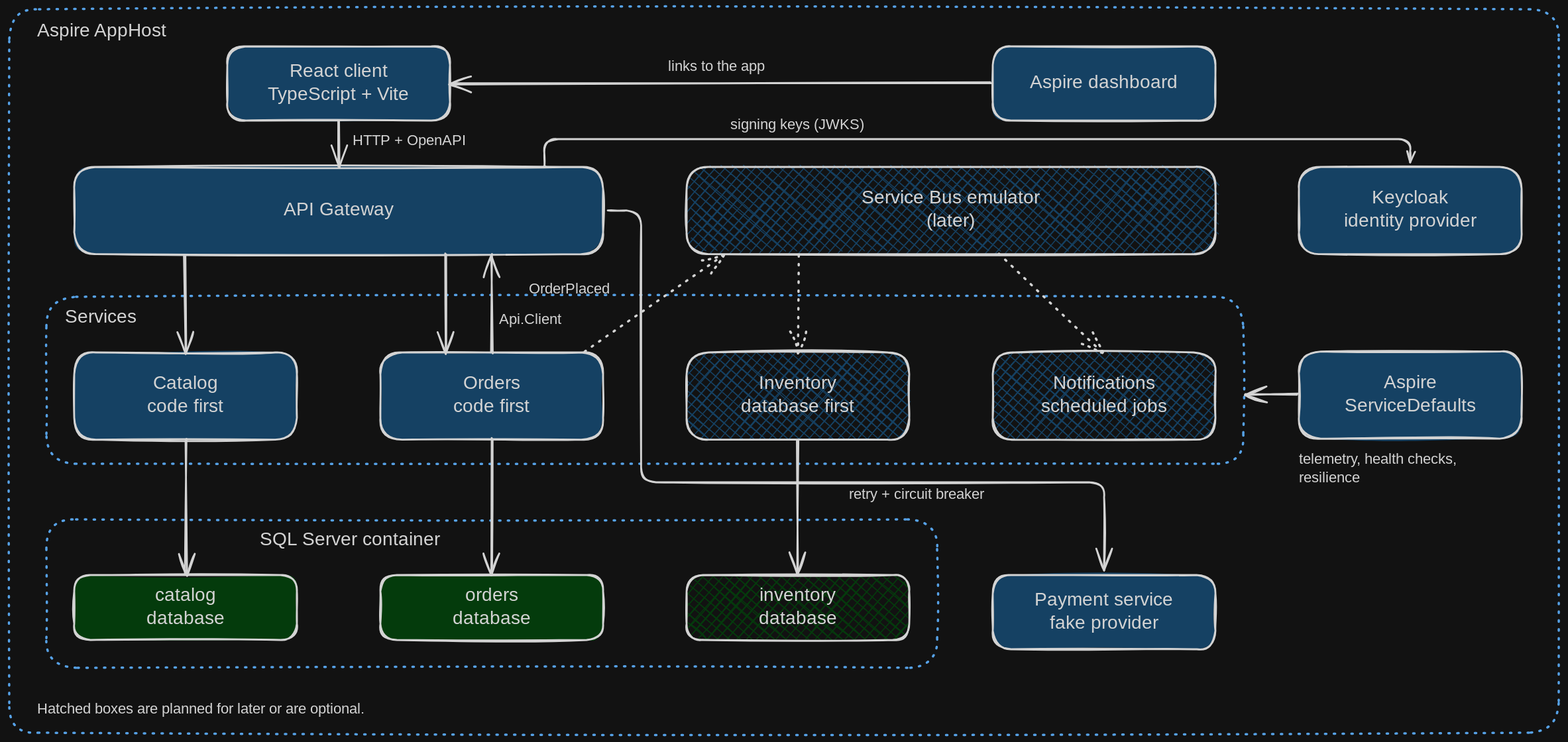
gmarginet/CleanArchitectureToolkit keeps this Excalidraw diagram as resources/schemas/CatDemoArchitecture.excalidraw.svg. Above is the earlier version. Source tidied: one line per element, renumbered; positions are measured from the earlier drawing's top-left corner, leaving out a move shared by most shapes.
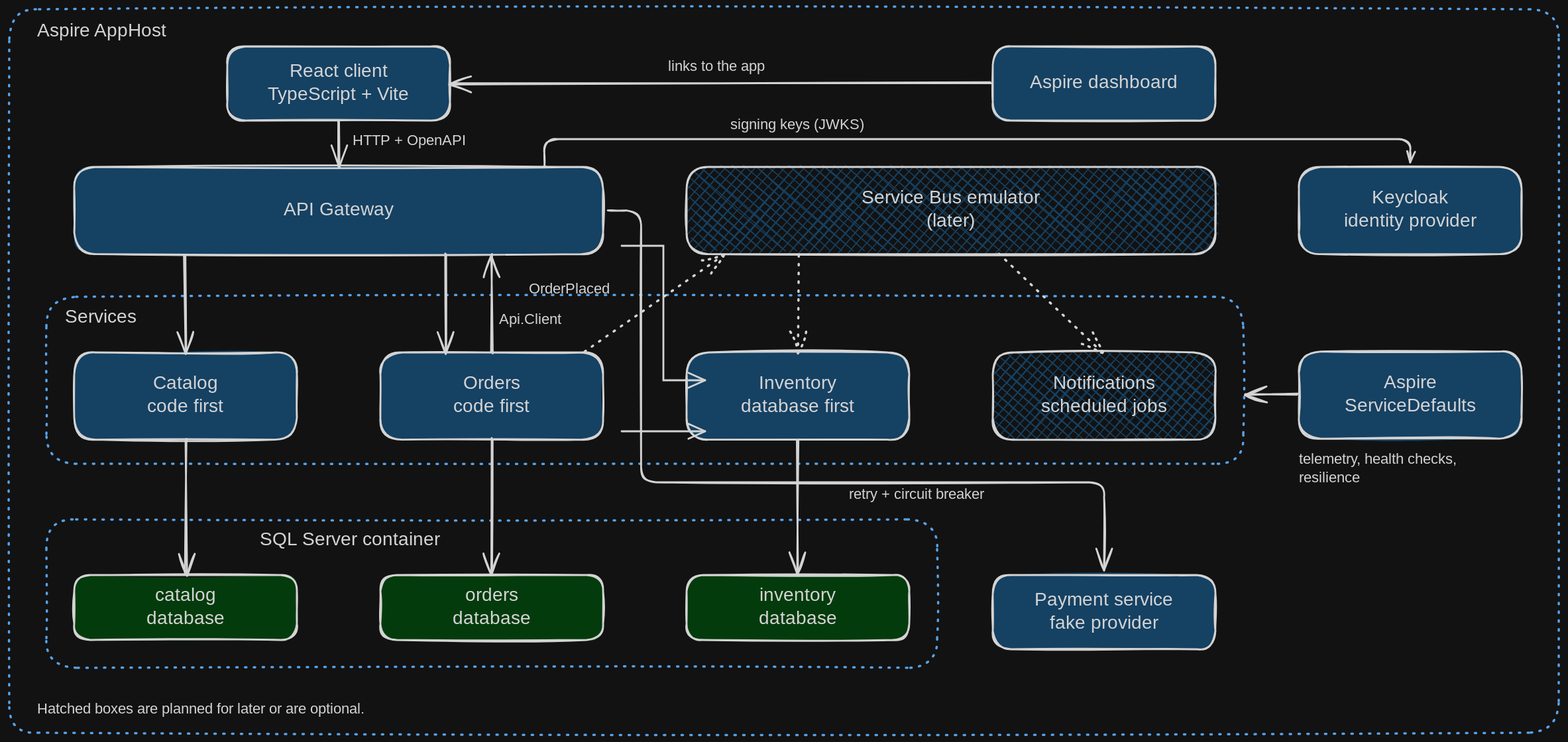
The same file after the commit.

What changed in the source:
```diff
@@ -16,7 +16,7 @@
 {"id": 15, "type": "text", "text": "Catalog\ncode first", "strokeColor": "#1e1e1e", "strokeWidth": 2, "roughness": 1, "fontSize": 20, "fontFamily": 5, "textAlign": "center", "verticalAlign": "middle", "inside": 14, "x": 140, "y": 392, "width": 101, "height": 50}
 {"id": 16, "type": "rectangle", "strokeColor": "#1e1e1e", "backgroundColor": "#a5d8ff", "fillStyle": "solid", "strokeWidth": 2, "roughness": 1, "round": true, "x": 400, "y": 370, "width": 240, "height": 94}
 {"id": 17, "type": "text", "text": "Orders\ncode first", "strokeColor": "#1e1e1e", "strokeWidth": 2, "roughness": 1, "fontSize": 20, "fontFamily": 5, "textAlign": "center", "verticalAlign": "middle", "inside": 16, "x": 470, "y": 392, "width": 101, "height": 50}
-{"id": 18, "type": "rectangle", "strokeColor": "#1e1e1e", "backgroundColor": "#a5d8ff", "fillStyle": "cross-hatch", "strokeWidth": 2, "roughness": 1, "round": true, "x": 730, "y": 370, "width": 240, "height": 94}
+{"id": 18, "type": "rectangle", "strokeColor": "#1e1e1e", "backgroundColor": "#a5d8ff", "fillStyle": "solid", "strokeWidth": 2, "roughness": 1, "round": true, "x": 730, "y": 370, "width": 240, "height": 94}
 {"id": 19, "type": "text", "text": "Inventory\ndatabase first", "strokeColor": "#1e1e1e", "strokeWidth": 2, "roughness": 1, "fontSize": 20, "fontFamily": 5, "textAlign": "center", "verticalAlign": "middle", "inside": 18, "x": 779, "y": 392, "width": 141, "height": 50}
 {"id": 20, "type": "rectangle", "strokeColor": "#1e1e1e", "backgroundColor": "#a5d8ff", "fillStyle": "cross-hatch", "strokeWidth": 2, "roughness": 1, "round": true, "x": 1060, "y": 370, "width": 240, "height": 94}
 {"id": 21, "type": "text", "text": "Notifications\nscheduled jobs", "strokeColor": "#1e1e1e", "strokeWidth": 2, "roughness": 1, "fontSize": 20, "fontFamily": 5, "textAlign": "center", "verticalAlign": "middle", "inside": 20, "x": 1109, "y": 392, "width": 142, "height": 50}
@@ -26,7 +26,7 @@
 {"id": 25, "type": "text", "text": "catalog\ndatabase", "strokeColor": "#1e1e1e", "strokeWidth": 2, "roughness": 1, "fontSize": 20, "fontFamily": 5, "textAlign": "center", "verticalAlign": "middle", "inside": 24, "x": 150, "y": 620, "width": 81, "height": 50}
 {"id": 26, "type": "rectangle", "strokeColor": "#1e1e1e", "backgroundColor": "#b2f2bb", "fillStyle": "solid", "strokeWidth": 2, "roughness": 1, "round": true, "x": 400, "y": 610, "width": 240, "height": 70}
 {"id": 27, "type": "text", "text": "orders\ndatabase", "strokeColor": "#1e1e1e", "strokeWidth": 2, "roughness": 1, "fontSize": 20, "fontFamily": 5, "textAlign": "center", "verticalAlign": "middle", "inside": 26, "x": 480, "y": 620, "width": 81, "height": 50}
-{"id": 28, "type": "rectangle", "strokeColor": "#1e1e1e", "backgroundColor": "#b2f2bb", "fillStyle": "cross-hatch", "strokeWidth": 2, "roughness": 1, "round": true, "x": 730, "y": 610, "width": 240, "height": 70}
+{"id": 28, "type": "rectangle", "strokeColor": "#1e1e1e", "backgroundColor": "#b2f2bb", "fillStyle": "solid", "strokeWidth": 2, "roughness": 1, "round": true, "x": 730, "y": 610, "width": 240, "height": 70}
 {"id": 29, "type": "text", "text": "inventory\ndatabase", "strokeColor": "#1e1e1e", "strokeWidth": 2, "roughness": 1, "fontSize": 20, "fontFamily": 5, "textAlign": "center", "verticalAlign": "middle", "inside": 28, "x": 805, "y": 620, "width": 91, "height": 50}
 {"id": 30, "type": "rectangle", "strokeColor": "#1e1e1e", "backgroundColor": "#a5d8ff", "fillStyle": "solid", "strokeWidth": 2, "roughness": 1, "round": true, "x": 1060, "y": 610, "width": 240, "height": 80}
 {"id": 31, "type": "text", "text": "Payment service\nfake provider", "strokeColor": "#1e1e1e", "strokeWidth": 2, "roughness": 1, "fontSize": 20, "fontFamily": 5, "textAlign": "center", "verticalAlign": "middle", "inside": 30, "x": 1104, "y": 625, "width": 151, "height": 50}
@@ -54,3 +54,5 @@
 {"id": 53, "type": "text", "text": "Keycloak\nidentity provider", "strokeColor": "#1e1e1e", "strokeWidth": 2, "roughness": 1, "fontSize": 20, "fontFamily": 5, "textAlign": "center", "verticalAlign": "middle", "inside": 52, "x": 1424, "y": 192, "width": 172, "height": 50}
 {"id": 54, "type": "arrow", "strokeColor": "#1e1e1e", "strokeWidth": 2, "roughness": 1, "endArrowhead": "arrow", "from": 10, "to": 52, "x": 577, "y": 170, "width": 933, "height": 30, "points": [[0, 0], [0, 0], [0, -30], [933, -30], [933, -5]]}
 {"id": 55, "type": "text", "text": "signing keys (JWKS)", "strokeColor": "#1e1e1e", "strokeWidth": 2, "roughness": 1, "fontSize": 16, "fontFamily": 5, "x": 777, "y": 115, "width": 154, "height": 20}
+{"id": 56, "type": "arrow", "strokeColor": "#1e1e1e", "strokeWidth": 2, "roughness": 1, "endArrowhead": "arrow", "round": true, "from": 16, "to": 18, "x": 640, "y": 445, "width": 90, "height": 0, "points": [[0, 0], [90, 0]]}
+{"id": 57, "type": "arrow", "strokeColor": "#1e1e1e", "strokeWidth": 2, "roughness": 1, "endArrowhead": "arrow", "from": 10, "to": 18, "x": 640, "y": 245, "width": 90, "height": 145, "points": [[0, 0], [45, 0], [45, 145], [90, 145]]}
```
